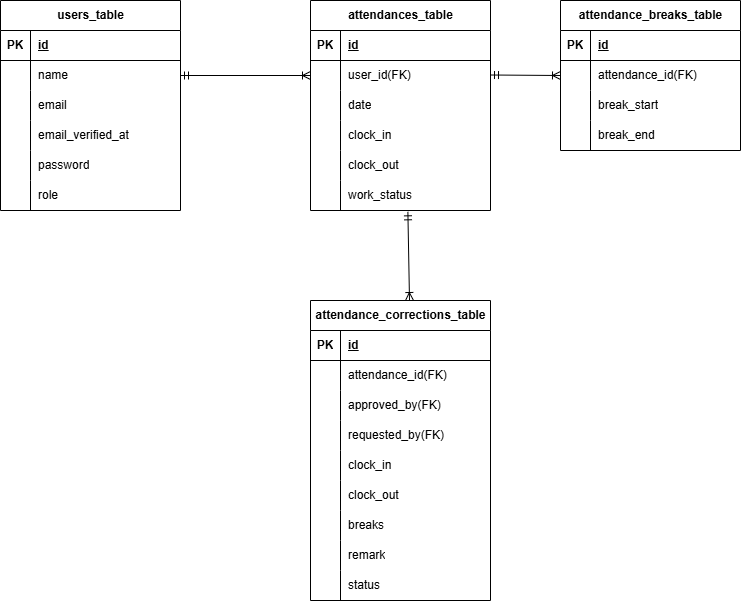
Above: src/time-and-attendance-management-system.png in yo003002/time-and-management-system (draw.io), before the change. Source tidied: cells renumbered, new cells last; positions are measured from the earlier drawing's top-left corner, leaving out a move shared by most shapes.
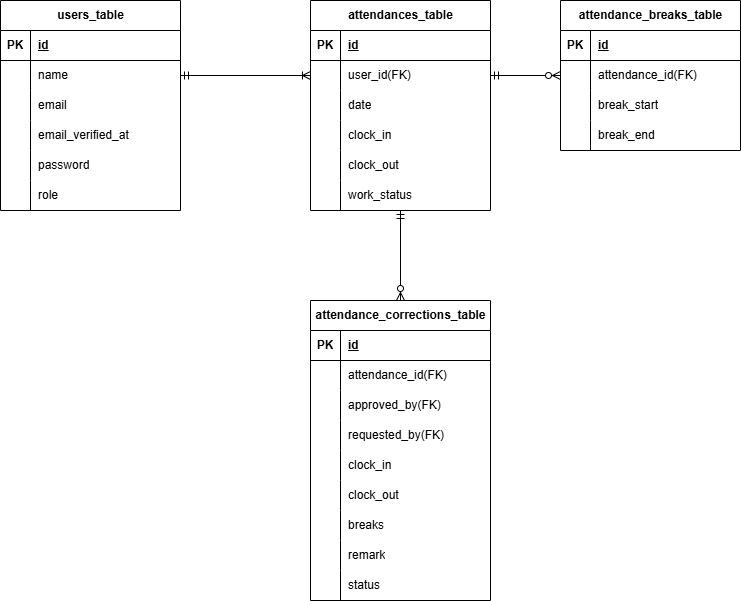
Later version of the same file.

Diff of the diagram source:
```diff
@@ -242,15 +242,13 @@
     <mxCell id="81" style="fontSize=12;html=1;endArrow=ERoneToMany;startArrow=ERmandOne;exitX=1;exitY=0.5;exitDx=0;exitDy=0;entryX=0;entryY=0.5;entryDx=0;entryDy=0;" parent="1" edge="1" source="6" target="25">
       <mxGeometry relative="1" as="geometry" />
     </mxCell>
-    <mxCell id="82" style="fontSize=12;html=1;endArrow=ERoneToMany;startArrow=ERmandOne;exitX=1;exitY=0.5;exitDx=0;exitDy=0;entryX=0;entryY=0.5;entryDx=0;entryDy=0;" parent="1" edge="1" target="44">
-      <mxGeometry relative="1" as="geometry">
-        <mxPoint x="490" y="74.5" as="sourcePoint" />
-      </mxGeometry>
-    </mxCell>
-    <mxCell id="83" style="fontSize=12;html=1;endArrow=ERoneToMany;startArrow=ERmandOne;exitX=0.541;exitY=1.044;exitDx=0;exitDy=0;exitPerimeter=0;" parent="1" edge="1" source="37">
-      <mxGeometry relative="1" as="geometry">
-        <mxPoint x="409" y="300" as="targetPoint" />
-      </mxGeometry>
-    </mxCell>
+    <mxCell id="84" style="fontSize=12;html=1;endArrow=ERzeroToMany;startArrow=ERmandOne;entryX=0;entryY=0.5;entryDx=0;entryDy=0;exitX=1;exitY=0.5;exitDx=0;exitDy=0;" parent="1" edge="1" source="25" target="44">
+      <mxGeometry relative="1" as="geometry" />
+    </mxCell>
+    <mxCell id="85" style="fontSize=12;html=1;endArrow=ERzeroToMany;startArrow=ERmandOne;entryX=0.5;entryY=0;entryDx=0;entryDy=0;" parent="1" edge="1" target="53">
+      <mxGeometry relative="1" as="geometry">
+        <mxPoint x="400" y="210" as="sourcePoint" />
+      </mxGeometry>
+    </mxCell>
   </root>
 </mxGraphModel>
```
